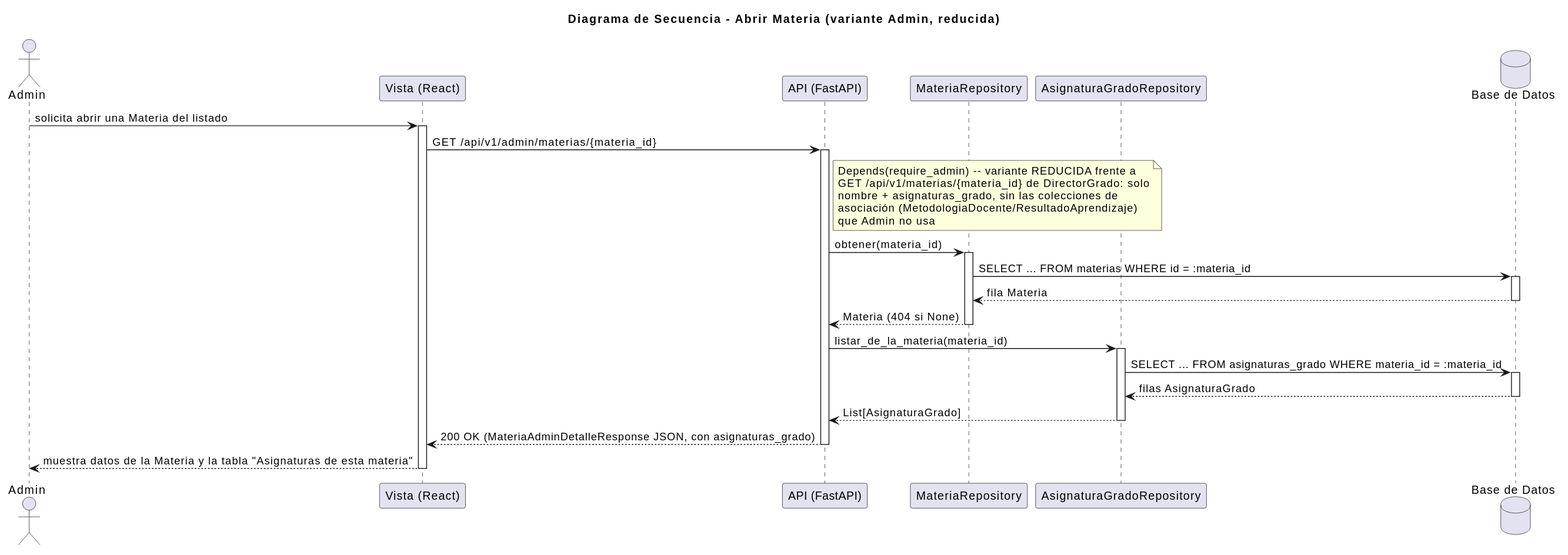
Before: images/RUP/03-diseño/casos-uso/abrirMateria/secuencia-admin.svg, a diagram exported from PlantUML (mmasias/pyCeldaPublico). Its diagram source:
```plantuml
@startuml
title Diagrama de Secuencia - Abrir Materia (variante Admin, reducida)

actor "Admin" as Admin
participant "Vista (React)" as Vista
participant "API (FastAPI)" as API
participant "MateriaRepository" as MateriaRepo
participant "AsignaturaGradoRepository" as AsignaturaGradoRepo
database "Base de Datos" as DB

Admin -> Vista: solicita abrir una Materia del listado
activate Vista
Vista -> API: GET /api/v1/admin/materias/{materia_id}
activate API
note right of API: Depends(require_admin) -- variante REDUCIDA frente a\nGET /api/v1/materias/{materia_id} de DirectorGrado: solo\nnombre + asignaturas_grado, sin las colecciones de\nasociación (MetodologiaDocente/ResultadoAprendizaje)\nque Admin no usa
API -> MateriaRepo: obtener(materia_id)
activate MateriaRepo
MateriaRepo -> DB: SELECT ... FROM materias WHERE id = :materia_id
activate DB
DB --> MateriaRepo: fila Materia
deactivate DB
MateriaRepo --> API: Materia (404 si None)
deactivate MateriaRepo

API -> AsignaturaGradoRepo: listar_de_la_materia(materia_id)
activate AsignaturaGradoRepo
AsignaturaGradoRepo -> DB: SELECT ... FROM asignaturas_grado WHERE materia_id = :materia_id
activate DB
DB --> AsignaturaGradoRepo: filas AsignaturaGrado
deactivate DB
AsignaturaGradoRepo --> API: List[AsignaturaGrado]
deactivate AsignaturaGradoRepo

API --> Vista: 200 OK (MateriaAdminDetalleResponse JSON, con asignaturas_grado)
deactivate API
Vista --> Admin: muestra datos de la Materia y la tabla "Asignaturas de esta materia"
deactivate Vista
@enduml
```
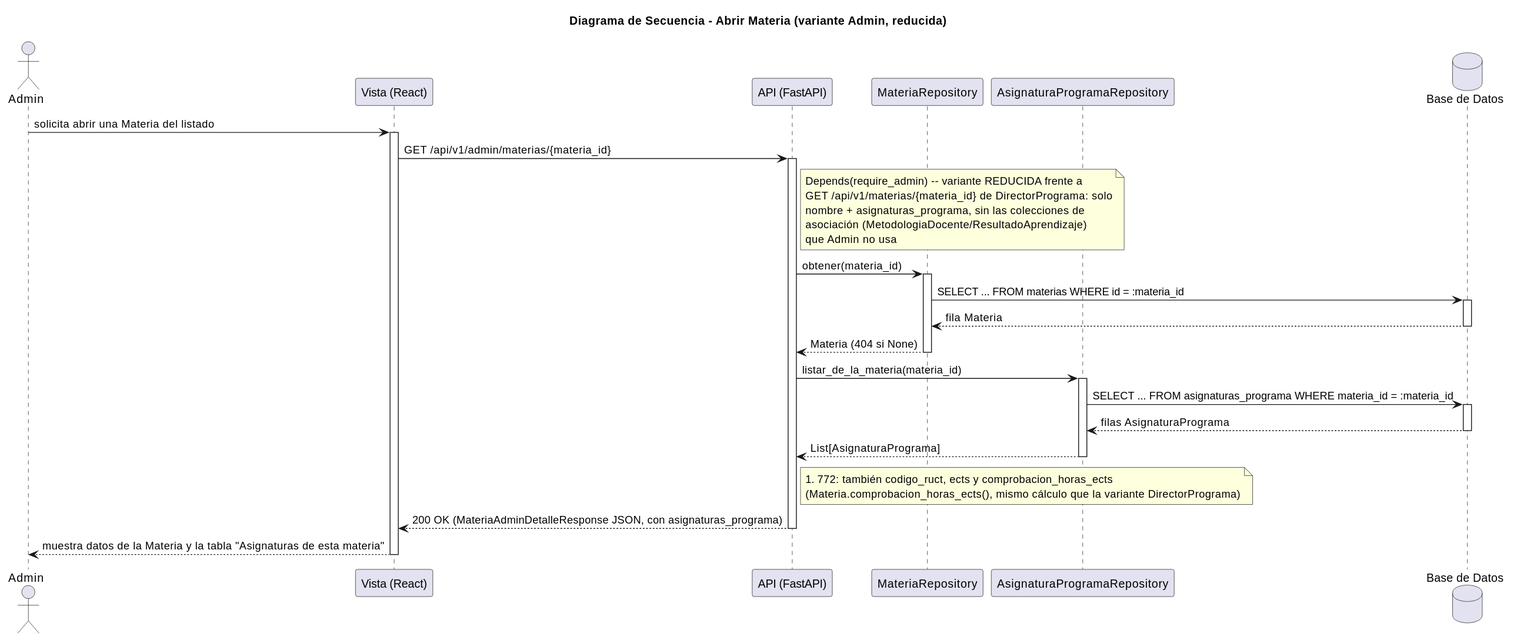
Above is the later version.

What changed in the source:
```diff
@@ -5,14 +5,14 @@
 participant "Vista (React)" as Vista
 participant "API (FastAPI)" as API
 participant "MateriaRepository" as MateriaRepo
-participant "AsignaturaGradoRepository" as AsignaturaGradoRepo
+participant "AsignaturaProgramaRepository" as AsignaturaProgramaRepo
 database "Base de Datos" as DB
 
 Admin -> Vista: solicita abrir una Materia del listado
 activate Vista
 Vista -> API: GET /api/v1/admin/materias/{materia_id}
 activate API
-note right of API: Depends(require_admin) -- variante REDUCIDA frente a\nGET /api/v1/materias/{materia_id} de DirectorGrado: solo\nnombre + asignaturas_grado, sin las colecciones de\nasociación (MetodologiaDocente/ResultadoAprendizaje)\nque Admin no usa
+note right of API: Depends(require_admin) -- variante REDUCIDA frente a\nGET /api/v1/materias/{materia_id} de DirectorPrograma: solo\nnombre + asignaturas_programa, sin las colecciones de\nasociación (MetodologiaDocente/ResultadoAprendizaje)\nque Admin no usa
 API -> MateriaRepo: obtener(materia_id)
 activate MateriaRepo
 MateriaRepo -> DB: SELECT ... FROM materias WHERE id = :materia_id
@@ -22,16 +22,17 @@
 MateriaRepo --> API: Materia (404 si None)
 deactivate MateriaRepo
 
-API -> AsignaturaGradoRepo: listar_de_la_materia(materia_id)
-activate AsignaturaGradoRepo
-AsignaturaGradoRepo -> DB: SELECT ... FROM asignaturas_grado WHERE materia_id = :materia_id
+API -> AsignaturaProgramaRepo: listar_de_la_materia(materia_id)
+activate AsignaturaProgramaRepo
+AsignaturaProgramaRepo -> DB: SELECT ... FROM asignaturas_programa WHERE materia_id = :materia_id
 activate DB
-DB --> AsignaturaGradoRepo: filas AsignaturaGrado
+DB --> AsignaturaProgramaRepo: filas AsignaturaPrograma
 deactivate DB
-AsignaturaGradoRepo --> API: List[AsignaturaGrado]
-deactivate AsignaturaGradoRepo
+AsignaturaProgramaRepo --> API: List[AsignaturaPrograma]
+deactivate AsignaturaProgramaRepo
 
-API --> Vista: 200 OK (MateriaAdminDetalleResponse JSON, con asignaturas_grado)
+note right of API: #772: también codigo_ruct, ects y comprobacion_horas_ects\n(Materia.comprobacion_horas_ects(), mismo cálculo que la variante DirectorPrograma)
+API --> Vista: 200 OK (MateriaAdminDetalleResponse JSON, con asignaturas_programa)
 deactivate API
 Vista --> Admin: muestra datos de la Materia y la tabla "Asignaturas de esta materia"
 deactivate Vista
```
